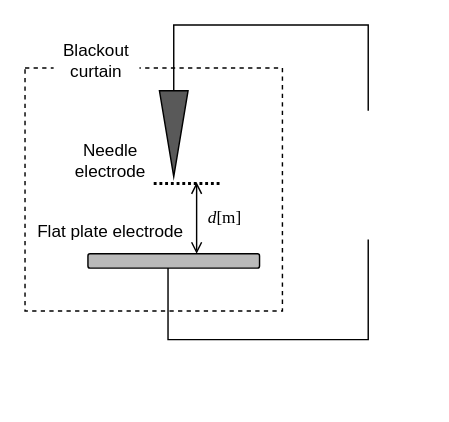
Before: page "ページ1" (1 of 2) of Untitled Diagram.drawio in mt-perform/schematics, a draw.io diagram. Source tidied: cells renumbered, new cells numbered last; positions are measured from the earlier drawing's top-left corner, leaving out a move shared by most shapes. Both pictures are drawn from the tidied source at 143%, with x=0, y=0 at pixel (24, 24). Pictures stored in the file or linked from it are replaced by grey dashed boxes.
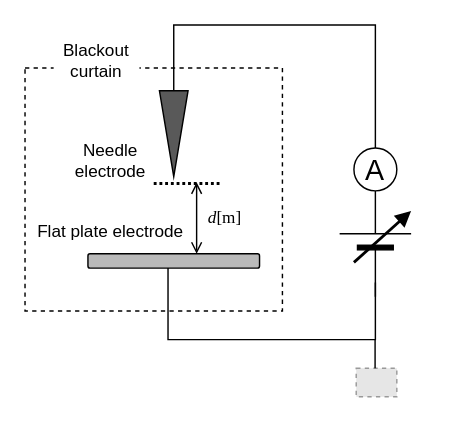
After the change.

Commit message (it also covers changes not shown here):
Untitled Diagram.drawio を更新します

Unchanged cells that the change refers to:
```xml
<mxCell id="4" style="triangle;whiteSpace=wrap;html=1;fillColor=#595959;rotation=90;" parent="1" vertex="1">
  <mxGeometry x="74" y="66" width="60" height="20" as="geometry" />
</mxCell>
```

What changed in the source:
```diff
@@
+    <mxCell id="13" style="fillColor=#E6E6E6;strokeColor=#999999;dashed=1;verticalLabelPosition=bottom;labelBackgroundColor=#ffffff;verticalAlign=top;" parent="1" vertex="1">
+      <mxGeometry x="231.6" y="240" width="28.4" height="20" as="geometry" />
+    </mxCell>
+    <mxCell id="14" style="verticalLabelPosition=bottom;shadow=0;dashed=0;align=center;fillColor=#000000;html=1;verticalAlign=top;strokeWidth=1;shape=mxgraph.electrical.miscellaneous.monocell_battery;fontSize=20;rotation=-90;" parent="1" vertex="1">
+      <mxGeometry x="205" y="125" width="80" height="50" as="geometry" />
+    </mxCell>
@@
     <mxCell id="11" style="endArrow=none;html=1;rounded=0;fontFamily=Helvetica;fontSize=6;" parent="1" edge="1">
       <mxGeometry relative="1" as="geometry">
-        <mxPoint x="240" y="150" as="sourcePoint" />
+        <mxPoint x="245" y="180" as="sourcePoint" />
         <mxPoint x="100" y="170" as="targetPoint" />
         <Array as="points">
-          <mxPoint x="240" y="220" />
+          <mxPoint x="245" y="220" />
           <mxPoint x="100" y="220" />
         </Array>
       </mxGeometry>
     </mxCell>
-    <mxCell id="12" style="endArrow=none;html=1;rounded=0;fontFamily=Helvetica;fontSize=6;entryX=0;entryY=0.5;entryDx=0;entryDy=0;" parent="1" edge="1" target="4">
+    <mxCell id="12" style="endArrow=none;html=1;rounded=0;fontFamily=Helvetica;fontSize=6;entryX=0;entryY=0.5;entryDx=0;entryDy=0;exitX=0.5;exitY=0;exitDx=0;exitDy=0;" parent="1" edge="1" source="15" target="4">
       <mxGeometry relative="1" as="geometry">
-        <mxPoint x="240" y="60" as="sourcePoint" />
         <Array as="points">
-          <mxPoint x="240" />
+          <mxPoint x="245" />
           <mxPoint x="104" />
         </Array>
       </mxGeometry>
     </mxCell>
+    <mxCell id="15" value="A" style="ellipse;whiteSpace=wrap;html=1;fontSize=20;strokeWidth=1;align=center;" parent="1" vertex="1">
+      <mxGeometry x="230" y="86" width="30" height="30" as="geometry" />
+    </mxCell>
+    <mxCell id="16" style="endArrow=block;html=1;rounded=0;fontSize=20;strokeWidth=2;endFill=1;" parent="1" edge="1">
+      <mxGeometry relative="1" as="geometry">
+        <mxPoint x="230" y="166" as="sourcePoint" />
+        <mxPoint x="270" y="130" as="targetPoint" />
+      </mxGeometry>
+    </mxCell>
+    <mxCell id="17" style="endArrow=none;html=1;rounded=0;fontFamily=Helvetica;fontSize=6;" parent="1" edge="1">
+      <mxGeometry relative="1" as="geometry">
+        <mxPoint x="244.8" y="240" as="sourcePoint" />
+        <mxPoint x="244.8" y="220" as="targetPoint" />
+      </mxGeometry>
+    </mxCell>
```
